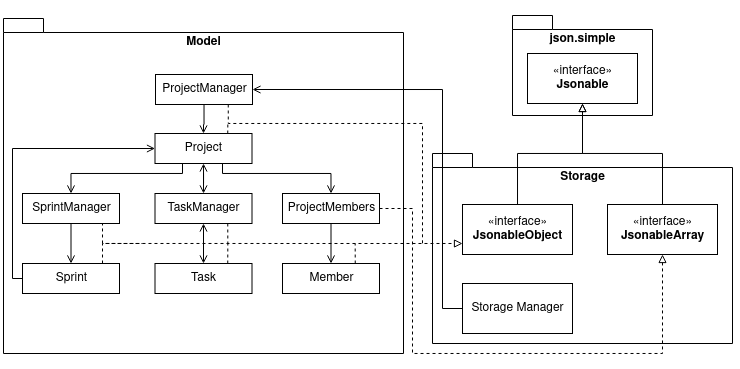
Before: docs/image/developerguide/storagecomponent.png, a diagram exported from draw.io (nus-cs2113-AY2021S1/tp). Source tidied: cells renumbered, new cells last; positions are measured from the earlier drawing's top-left corner, leaving out a move shared by most shapes.
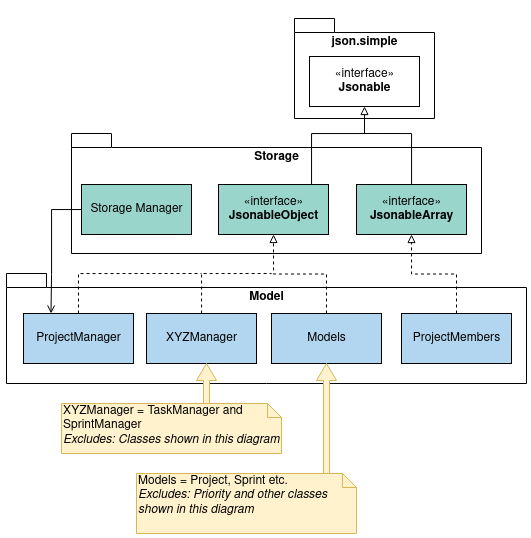
The same file after the commit.

What changed in the source:
```diff
@@ -3,172 +3,99 @@
     <mxCell id="0" />
     <mxCell id="1" parent="0" />
     <mxCell id="2" value="Model" style="shape=folder;fontStyle=1;spacingTop=10;tabWidth=40;tabHeight=14;tabPosition=left;html=1;verticalAlign=top;" parent="1" vertex="1">
-      <mxGeometry y="15" width="400" height="335" as="geometry" />
+      <mxGeometry x="79" y="357" width="520" height="110" as="geometry" />
     </mxCell>
     <mxCell id="3" value="Storage" style="shape=folder;fontStyle=1;spacingTop=10;tabWidth=40;tabHeight=14;tabPosition=left;html=1;verticalAlign=top;" parent="1" vertex="1">
-      <mxGeometry x="429" y="150" width="300" height="190" as="geometry" />
+      <mxGeometry x="144" y="217" width="410" height="120" as="geometry" />
     </mxCell>
-    <mxCell id="4" style="group;" parent="1" vertex="1">
-      <mxGeometry x="474" width="210" height="120" as="geometry" />
-    </mxCell>
+    <mxCell id="37" style="group;" parent="1" vertex="1">
+      <mxGeometry x="332" y="90" width="210" height="120" as="geometry" />
+    </mxCell>
-    <mxCell id="5" value="json.simple" style="shape=folder;fontStyle=1;spacingTop=10;tabWidth=40;tabHeight=14;tabPosition=left;html=1;verticalAlign=top;" parent="4" vertex="1">
+    <mxCell id="5" value="json.simple" style="shape=folder;fontStyle=1;spacingTop=10;tabWidth=40;tabHeight=14;tabPosition=left;html=1;verticalAlign=top;" parent="37" vertex="1">
       <mxGeometry x="35" y="12" width="140" height="100" as="geometry" />
     </mxCell>
-    <mxCell id="6" value="«interface»&lt;br&gt;&lt;b&gt;Jsonable&lt;/b&gt;" style="html=1;" parent="4" vertex="1">
+    <mxCell id="6" value="«interface»&lt;br&gt;&lt;b&gt;Jsonable&lt;/b&gt;" style="html=1;" parent="37" vertex="1">
       <mxGeometry x="50" y="50" width="110" height="50" as="geometry" />
     </mxCell>
-    <mxCell id="7" style="edgeStyle=orthogonalEdgeStyle;rounded=0;jettySize=auto;html=1;entryX=0.5;entryY=1;entryDx=0;entryDy=0;endArrow=block;endFill=0;" parent="1" edge="1" source="8" target="6">
-      <mxGeometry relative="1" as="geometry">
-        <Array as="points">
-          <mxPoint x="659" y="150" />
-          <mxPoint x="579" y="150" />
-        </Array>
-      </mxGeometry>
-    </mxCell>
+    <mxCell id="38" style="edgeStyle=orthogonalEdgeStyle;rounded=0;jettySize=auto;html=1;endArrow=none;endFill=0;" parent="1" edge="1" source="8">
+      <mxGeometry relative="1" as="geometry">
+        <mxPoint x="434" y="217" as="targetPoint" />
+        <Array as="points">
+          <mxPoint x="484" y="217" />
+        </Array>
+      </mxGeometry>
+    </mxCell>
-    <mxCell id="8" value="«interface»&lt;br&gt;&lt;b&gt;JsonableArray&lt;br&gt;&lt;/b&gt;" style="html=1;" parent="1" vertex="1">
-      <mxGeometry x="604" y="201" width="110" height="50" as="geometry" />
+    <mxCell id="8" value="«interface»&lt;br&gt;&lt;b&gt;JsonableArray&lt;br&gt;&lt;/b&gt;" style="html=1;fillColor=#99d5ca;" parent="1" vertex="1">
+      <mxGeometry x="429" y="268" width="110" height="50" as="geometry" />
     </mxCell>
-    <mxCell id="9" style="edgeStyle=orthogonalEdgeStyle;rounded=0;jettySize=auto;html=1;entryX=1;entryY=0.5;entryDx=0;entryDy=0;startArrow=none;startFill=0;endArrow=open;endFill=0;strokeColor=#000000;" parent="1" edge="1" source="10" target="34">
+    <mxCell id="9" style="edgeStyle=orthogonalEdgeStyle;rounded=0;jettySize=auto;html=1;entryX=0.25;entryY=0;entryDx=0;entryDy=0;endArrow=open;endFill=0;" parent="1" edge="1" source="10" target="34">
       <mxGeometry relative="1" as="geometry">
         <Array as="points">
-          <mxPoint x="439" y="305" />
-          <mxPoint x="439" y="86" />
+          <mxPoint x="124" y="293" />
+          <mxPoint x="124" y="358" />
+          <mxPoint x="124" y="358" />
         </Array>
       </mxGeometry>
     </mxCell>
-    <mxCell id="10" value="Storage Manager" style="html=1;" parent="1" vertex="1">
-      <mxGeometry x="459" y="280" width="110" height="50" as="geometry" />
+    <mxCell id="10" value="Storage Manager" style="html=1;fillColor=#99d5ca;" parent="1" vertex="1">
+      <mxGeometry x="154" y="268" width="110" height="50" as="geometry" />
     </mxCell>
     <mxCell id="11" style="edgeStyle=orthogonalEdgeStyle;rounded=0;jettySize=auto;html=1;entryX=0.5;entryY=1;entryDx=0;entryDy=0;endArrow=block;endFill=0;" parent="1" edge="1" source="12" target="6">
       <mxGeometry relative="1" as="geometry">
         <Array as="points">
-          <mxPoint x="514" y="150" />
-          <mxPoint x="579" y="150" />
+          <mxPoint x="384" y="217" />
+          <mxPoint x="437" y="217" />
         </Array>
       </mxGeometry>
     </mxCell>
-    <mxCell id="12" value="«interface»&lt;br&gt;&lt;b&gt;JsonableObject&lt;br&gt;&lt;/b&gt;" style="html=1;" parent="1" vertex="1">
-      <mxGeometry x="459" y="201" width="110" height="50" as="geometry" />
+    <mxCell id="12" value="«interface»&lt;br&gt;&lt;b&gt;JsonableObject&lt;br&gt;&lt;/b&gt;" style="html=1;fillColor=#99D5CA;" parent="1" vertex="1">
+      <mxGeometry x="291" y="268" width="110" height="50" as="geometry" />
     </mxCell>
-    <mxCell id="13" style="edgeStyle=orthogonalEdgeStyle;rounded=0;jettySize=auto;html=1;endArrow=open;endFill=0;strokeColor=#000000;startArrow=open;startFill=0;" parent="1" edge="1" source="17" target="28">
-      <mxGeometry relative="1" as="geometry" />
-    </mxCell>
-    <mxCell id="14" style="edgeStyle=orthogonalEdgeStyle;rounded=0;jettySize=auto;html=1;exitX=0.5;exitY=1;exitDx=0;exitDy=0;entryX=0.5;entryY=0;entryDx=0;entryDy=0;endArrow=open;endFill=0;strokeColor=#000000;" parent="1" edge="1" source="17" target="31">
-      <mxGeometry relative="1" as="geometry">
-        <Array as="points">
-          <mxPoint x="219" y="160" />
-          <mxPoint x="219" y="170" />
-          <mxPoint x="327" y="170" />
-        </Array>
-      </mxGeometry>
-    </mxCell>
-    <mxCell id="15" style="edgeStyle=orthogonalEdgeStyle;rounded=0;jettySize=auto;html=1;entryX=0.5;entryY=0;entryDx=0;entryDy=0;endArrow=open;endFill=0;strokeColor=#000000;" parent="1" edge="1" source="17" target="23">
-      <mxGeometry relative="1" as="geometry">
-        <Array as="points">
-          <mxPoint x="179" y="170" />
-          <mxPoint x="67" y="170" />
-        </Array>
-      </mxGeometry>
-    </mxCell>
-    <mxCell id="16" style="edgeStyle=orthogonalEdgeStyle;rounded=0;jettySize=auto;html=1;exitX=0.75;exitY=0;exitDx=0;exitDy=0;dashed=1;startArrow=none;startFill=0;endArrow=none;endFill=0;strokeColor=#000000;" parent="1" edge="1" source="17">
-      <mxGeometry relative="1" as="geometry">
-        <mxPoint x="224.3" y="120" as="targetPoint" />
-      </mxGeometry>
-    </mxCell>
-    <mxCell id="17" value="Project" style="html=1;" parent="1" vertex="1">
-      <mxGeometry x="151.5" y="130" width="97" height="30" as="geometry" />
-    </mxCell>
-    <mxCell id="18" style="edgeStyle=orthogonalEdgeStyle;rounded=0;jettySize=auto;html=1;exitX=0;exitY=0.5;exitDx=0;exitDy=0;entryX=0;entryY=0.5;entryDx=0;entryDy=0;startArrow=none;startFill=0;endArrow=open;endFill=0;strokeColor=#000000;" parent="1" edge="1" source="20" target="17">
-      <mxGeometry relative="1" as="geometry">
-        <Array as="points">
-          <mxPoint x="9" y="275" />
-          <mxPoint x="9" y="145" />
-        </Array>
-      </mxGeometry>
-    </mxCell>
-    <mxCell id="19" style="edgeStyle=orthogonalEdgeStyle;rounded=0;jettySize=auto;html=1;startArrow=none;startFill=0;endArrow=block;endFill=0;strokeColor=#000000;dashed=1;" parent="1" edge="1" source="20">
-      <mxGeometry relative="1" as="geometry">
-        <mxPoint x="459" y="240" as="targetPoint" />
-        <Array as="points">
-          <mxPoint x="99" y="240" />
-        </Array>
-      </mxGeometry>
-    </mxCell>
-    <mxCell id="20" value="Sprint" style="html=1;" parent="1" vertex="1">
-      <mxGeometry x="19" y="260" width="97" height="30" as="geometry" />
-    </mxCell>
-    <mxCell id="21" style="edgeStyle=orthogonalEdgeStyle;rounded=0;jettySize=auto;html=1;exitX=0.5;exitY=1;exitDx=0;exitDy=0;startArrow=none;startFill=0;endArrow=open;endFill=0;strokeColor=#000000;" parent="1" edge="1" source="23" target="20">
-      <mxGeometry relative="1" as="geometry" />
-    </mxCell>
-    <mxCell id="22" style="edgeStyle=orthogonalEdgeStyle;rounded=0;jettySize=auto;html=1;exitX=0.835;exitY=1;exitDx=0;exitDy=0;dashed=1;startArrow=none;startFill=0;endArrow=none;endFill=0;strokeColor=#000000;exitPerimeter=0;" parent="1" edge="1" source="23">
-      <mxGeometry relative="1" as="geometry">
-        <mxPoint x="139" y="240" as="targetPoint" />
-        <Array as="points">
-          <mxPoint x="99" y="220" />
-          <mxPoint x="99" y="240" />
-        </Array>
-      </mxGeometry>
-    </mxCell>
-    <mxCell id="23" value="SprintManager" style="html=1;" parent="1" vertex="1">
-      <mxGeometry x="19" y="190" width="97" height="30" as="geometry" />
-    </mxCell>
-    <mxCell id="24" style="edgeStyle=orthogonalEdgeStyle;rounded=0;jettySize=auto;html=1;exitX=0.75;exitY=0;exitDx=0;exitDy=0;dashed=1;startArrow=none;startFill=0;endArrow=none;endFill=0;strokeColor=#000000;" parent="1" edge="1" source="25">
-      <mxGeometry relative="1" as="geometry">
-        <mxPoint x="224.3" y="240" as="targetPoint" />
-      </mxGeometry>
-    </mxCell>
-    <mxCell id="25" value="Task" style="html=1;" parent="1" vertex="1">
-      <mxGeometry x="151.5" y="260" width="97" height="30" as="geometry" />
-    </mxCell>
-    <mxCell id="26" style="edgeStyle=orthogonalEdgeStyle;rounded=0;jettySize=auto;html=1;entryX=0.5;entryY=0;entryDx=0;entryDy=0;startArrow=open;startFill=0;endArrow=open;endFill=0;strokeColor=#000000;" parent="1" edge="1" source="28" target="25">
-      <mxGeometry relative="1" as="geometry" />
-    </mxCell>
-    <mxCell id="27" style="edgeStyle=orthogonalEdgeStyle;rounded=0;jettySize=auto;html=1;exitX=0.75;exitY=1;exitDx=0;exitDy=0;dashed=1;startArrow=none;startFill=0;endArrow=none;endFill=0;strokeColor=#000000;" parent="1" edge="1" source="28">
-      <mxGeometry relative="1" as="geometry">
-        <mxPoint x="224.3" y="240" as="targetPoint" />
-      </mxGeometry>
-    </mxCell>
-    <mxCell id="28" value="TaskManager" style="html=1;" parent="1" vertex="1">
-      <mxGeometry x="151.5" y="190" width="97" height="30" as="geometry" />
-    </mxCell>
-    <mxCell id="29" style="edgeStyle=orthogonalEdgeStyle;rounded=0;jettySize=auto;html=1;entryX=0.5;entryY=0;entryDx=0;entryDy=0;endArrow=open;endFill=0;strokeColor=#000000;" parent="1" edge="1" source="31" target="36">
-      <mxGeometry relative="1" as="geometry" />
-    </mxCell>
+    <mxCell id="39" style="edgeStyle=orthogonalEdgeStyle;rounded=0;jettySize=auto;html=1;dashed=1;endArrow=none;endFill=0;" parent="1" edge="1" source="40">
+      <mxGeometry relative="1" as="geometry">
+        <mxPoint x="344" y="357" as="targetPoint" />
+        <Array as="points">
+          <mxPoint x="274" y="357" />
+        </Array>
+      </mxGeometry>
+    </mxCell>
+    <mxCell id="40" value="XYZManager" style="html=1;fillColor=#b2d6ef;" parent="1" vertex="1">
+      <mxGeometry x="219" y="397" width="110" height="50" as="geometry" />
+    </mxCell>
+    <mxCell id="41" style="edgeStyle=orthogonalEdgeStyle;rounded=0;jettySize=auto;html=1;entryX=0.5;entryY=1;entryDx=0;entryDy=0;dashed=1;endArrow=block;endFill=0;" parent="1" edge="1" source="42" target="12">
+      <mxGeometry relative="1" as="geometry" />
+    </mxCell>
+    <mxCell id="42" value="Models" style="html=1;fillColor=#b2d6ef;" parent="1" vertex="1">
+      <mxGeometry x="344" y="397" width="110" height="50" as="geometry" />
+    </mxCell>
-    <mxCell id="30" style="edgeStyle=orthogonalEdgeStyle;rounded=0;jettySize=auto;html=1;entryX=0.5;entryY=1;entryDx=0;entryDy=0;startArrow=none;startFill=0;endArrow=block;endFill=0;strokeColor=#000000;dashed=1;" parent="1" edge="1" source="31" target="8">
-      <mxGeometry relative="1" as="geometry">
-        <Array as="points">
-          <mxPoint x="409" y="205" />
-          <mxPoint x="409" y="350" />
-          <mxPoint x="659" y="350" />
-        </Array>
-      </mxGeometry>
+    <mxCell id="30" style="edgeStyle=orthogonalEdgeStyle;rounded=0;jettySize=auto;html=1;entryX=0.5;entryY=1;entryDx=0;entryDy=0;endArrow=block;endFill=0;dashed=1;" parent="1" edge="1" source="31" target="8">
+      <mxGeometry relative="1" as="geometry" />
     </mxCell>
-    <mxCell id="31" value="ProjectMembers" style="html=1;" parent="1" vertex="1">
-      <mxGeometry x="279" y="190" width="97" height="30" as="geometry" />
+    <mxCell id="31" value="ProjectMembers" style="html=1;fillColor=#b2d6ef;" parent="1" vertex="1">
+      <mxGeometry x="474" y="397" width="110" height="50" as="geometry" />
     </mxCell>
-    <mxCell id="32" style="edgeStyle=orthogonalEdgeStyle;rounded=0;jettySize=auto;html=1;entryX=0.5;entryY=0;entryDx=0;entryDy=0;endArrow=open;endFill=0;strokeColor=#000000;" parent="1" edge="1" source="34" target="17">
-      <mxGeometry relative="1" as="geometry" />
-    </mxCell>
-    <mxCell id="33" style="edgeStyle=orthogonalEdgeStyle;rounded=0;jettySize=auto;html=1;exitX=0.75;exitY=1;exitDx=0;exitDy=0;dashed=1;startArrow=none;startFill=0;endArrow=none;endFill=0;strokeColor=#000000;" parent="1" edge="1" source="34">
-      <mxGeometry relative="1" as="geometry">
-        <mxPoint x="419" y="240" as="targetPoint" />
-        <Array as="points">
-          <mxPoint x="225" y="120" />
-          <mxPoint x="419" y="120" />
-          <mxPoint x="419" y="210" />
-        </Array>
-      </mxGeometry>
-    </mxCell>
+    <mxCell id="43" style="edgeStyle=orthogonalEdgeStyle;rounded=0;jettySize=auto;html=1;dashed=1;endArrow=none;endFill=0;" parent="1" edge="1" source="34">
+      <mxGeometry relative="1" as="geometry">
+        <mxPoint x="274" y="357" as="targetPoint" />
+        <Array as="points">
+          <mxPoint x="151" y="357" />
+        </Array>
+      </mxGeometry>
+    </mxCell>
-    <mxCell id="34" value="ProjectManager" style="html=1;" parent="1" vertex="1">
-      <mxGeometry x="152" y="71" width="97" height="30" as="geometry" />
+    <mxCell id="34" value="ProjectManager" style="html=1;fillColor=#b2d6ef;" parent="1" vertex="1">
+      <mxGeometry x="96" y="397" width="110" height="50" as="geometry" />
     </mxCell>
-    <mxCell id="35" style="edgeStyle=orthogonalEdgeStyle;rounded=0;jettySize=auto;html=1;exitX=0.75;exitY=0;exitDx=0;exitDy=0;dashed=1;startArrow=none;startFill=0;endArrow=none;endFill=0;strokeColor=#000000;" parent="1" edge="1" source="36">
-      <mxGeometry relative="1" as="geometry">
-        <mxPoint x="351.7" y="240" as="targetPoint" />
-      </mxGeometry>
-    </mxCell>
-    <mxCell id="36" value="Member" style="html=1;" parent="1" vertex="1">
-      <mxGeometry x="279" y="260" width="97" height="30" as="geometry" />
-    </mxCell>
+    <mxCell id="44" value="&lt;div&gt;XYZManager = TaskManager and SprintManager&lt;/div&gt;&lt;div&gt;&lt;i&gt;Excludes: Classes shown in this diagram&lt;/i&gt;&lt;br&gt;&lt;/div&gt;" style="shape=note;whiteSpace=wrap;html=1;size=14;verticalAlign=top;align=left;spacingTop=-6;fillColor=#fff2cc;strokeColor=#d6b656;" parent="1" vertex="1">
+      <mxGeometry x="134" y="487" width="220" height="50" as="geometry" />
+    </mxCell>
+    <mxCell id="45" value="&lt;div&gt;Models = Project, Sprint etc.&lt;/div&gt;&lt;div&gt;&lt;i&gt;Excludes: Priority and other classes shown in this diagram&lt;/i&gt;&lt;br&gt;&lt;/div&gt;" style="shape=note;whiteSpace=wrap;html=1;size=14;verticalAlign=top;align=left;spacingTop=-6;fillColor=#fff2cc;strokeColor=#d6b656;" parent="1" vertex="1">
+      <mxGeometry x="209" y="557" width="220" height="60" as="geometry" />
+    </mxCell>
+    <mxCell id="46" style="html=1;shadow=0;dashed=0;align=center;verticalAlign=middle;shape=mxgraph.arrows2.arrow;dy=0.7;dx=17;direction=north;notch=0;fillColor=#fff2cc;strokeColor=#d6b656;" parent="1" vertex="1">
+      <mxGeometry x="269" y="447" width="20" height="40" as="geometry" />
+    </mxCell>
+    <mxCell id="47" style="html=1;shadow=0;dashed=0;align=center;verticalAlign=middle;shape=mxgraph.arrows2.arrow;dy=0.7;dx=17;direction=north;notch=0;fillColor=#fff2cc;strokeColor=#d6b656;" parent="1" vertex="1">
+      <mxGeometry x="389" y="447" width="20" height="110" as="geometry" />
+    </mxCell>
   </root>
 </mxGraphModel>
```
